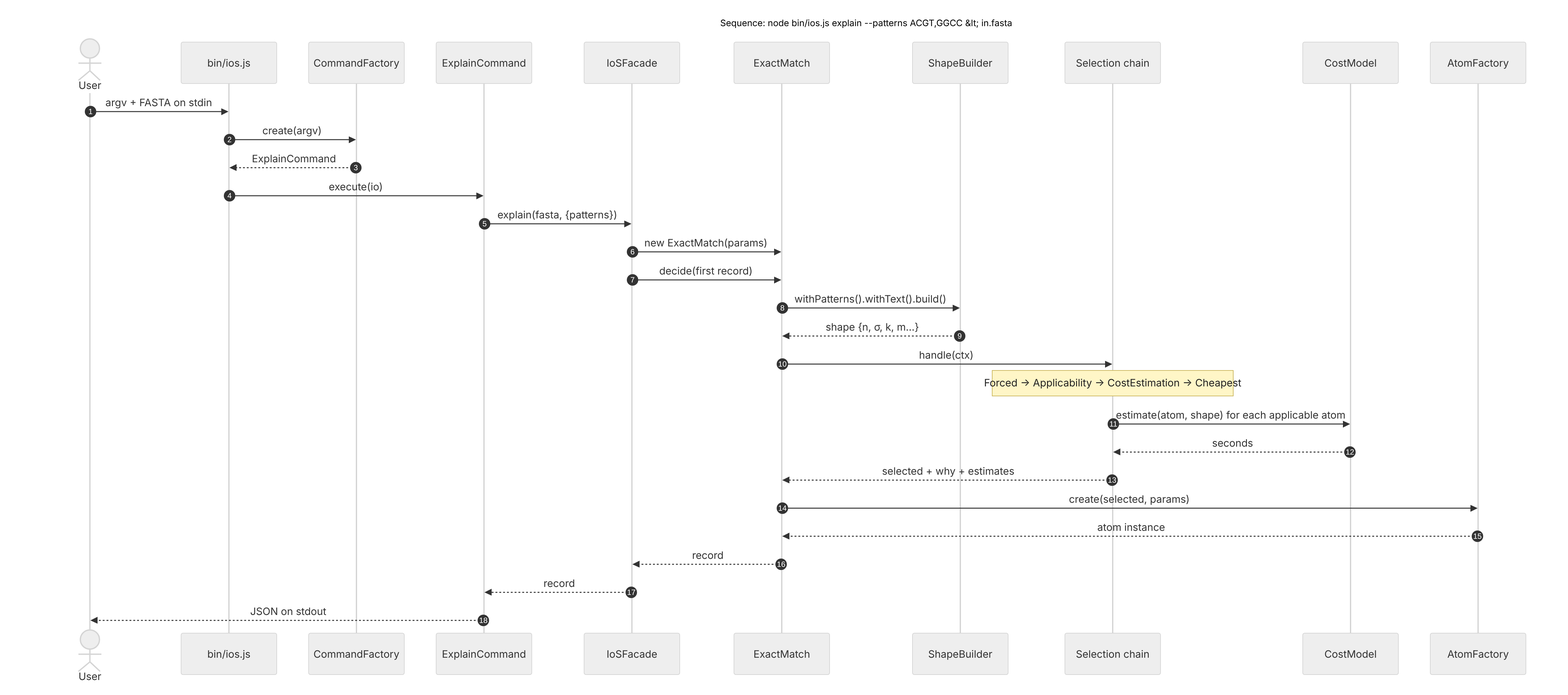
Qanoo-Taweel/ios-adaptive-exact-match keeps this Mermaid diagram as docs/uml/05-sequence-explain.png. Above is the earlier version. Its source is kept beside it as docs/uml/05-sequence-explain.mmd.
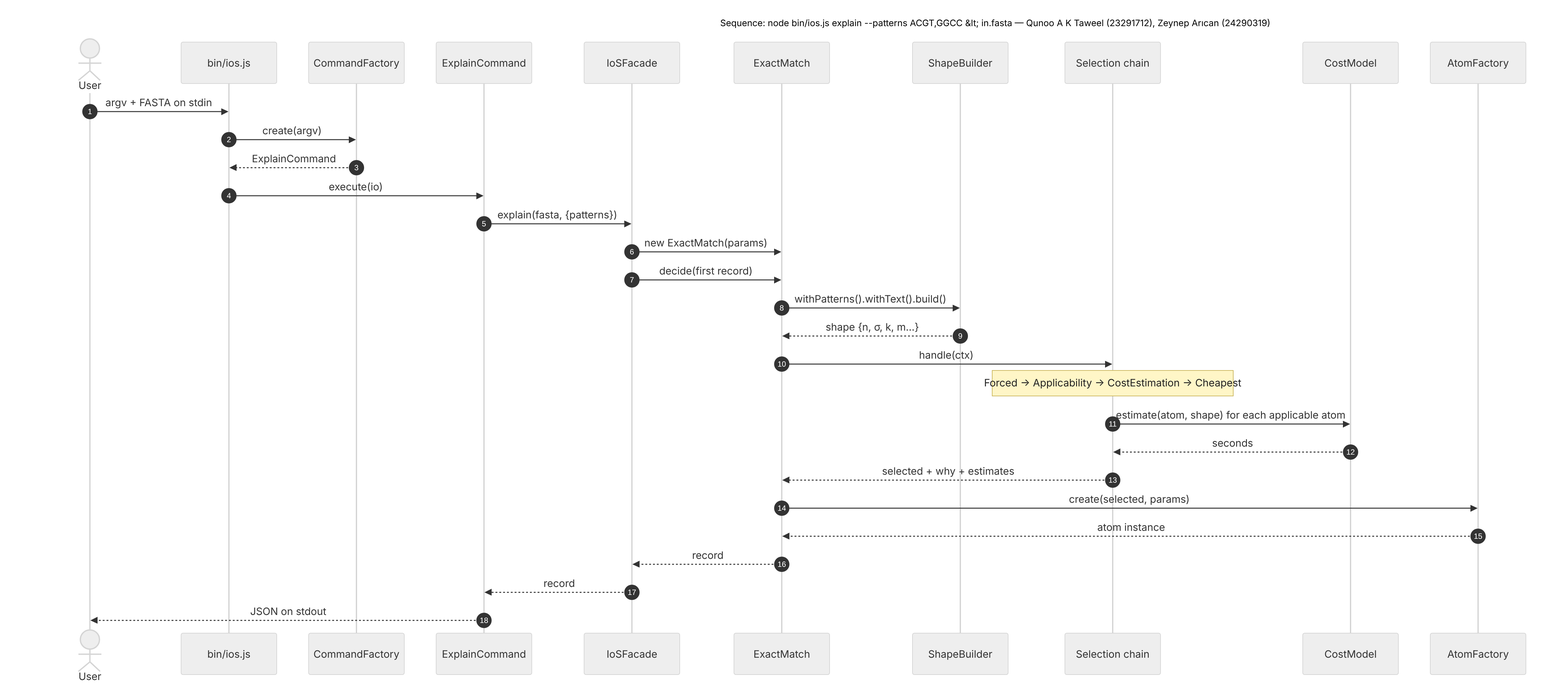
Above is the later version.

Change to the diagram source:
```diff
@@ -1,5 +1,5 @@
 ---
-title: "Sequence: node bin/ios.js explain --patterns ACGT,GGCC < in.fasta"
+title: "Sequence: node bin/ios.js explain --patterns ACGT,GGCC < in.fasta — Qunoo A K Taweel (23291712), Zeynep Arıcan (24290319)"
 ---
 sequenceDiagram
   autonumber
```
